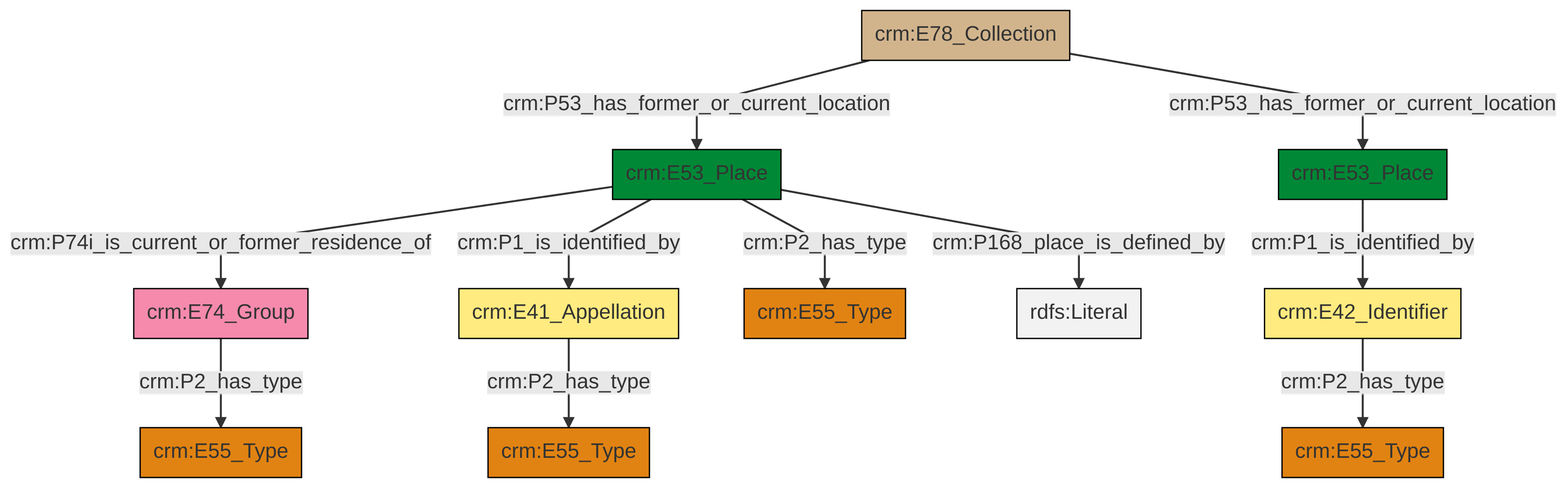
Earlier version of the Mermaid export et/archivalCSV/ttl/mmd/png/archival_location.png (swiss-art-research-net/docs.swissartresearch). Its source is kept beside it as et/archivalCSV/ttl/mmd/archival_location.ttl.mmd. The source it was exported from:
```mermaid
graph TD
classDef Literal fill:#f2f2f2,stroke:#000000;
classDef CRM_Entity fill:#FFFFFF,stroke:#000000;
classDef Temporal_Entity fill:#00C9E6, stroke:#000000;
classDef Type fill:#E18312, stroke:#000000;
classDef Time-Span fill:#2C9C91, stroke:#000000;
classDef Appellation fill:#FFEB7F, stroke:#000000;
classDef Place fill:#008836, stroke:#000000;
classDef Persistent_Item fill:#B266B2, stroke:#000000;
classDef Conceptual_Object fill:#FFD700, stroke:#000000;
classDef Physical_Thing fill:#D2B48C, stroke:#000000;
classDef Actor fill:#f58aad, stroke:#000000;
classDef PC_Classes fill:#4ce600, stroke:#000000;
classDef Multi fill:#cccccc,stroke:#000000;

0["crm:E53_Place"]:::Place -->|crm:P74i_is_current_or_former_residence_of| 2["crm:E74_Group"]:::Actor
0["crm:E53_Place"]:::Place -->|crm:P1_is_identified_by| 3["crm:E41_Appellation"]:::Appellation
6["crm:E42_Identifier"]:::Appellation -->|crm:P2_has_type| 7["crm:E55_Type"]:::Type
0["crm:E53_Place"]:::Place -->|crm:P2_has_type| 8["crm:E55_Type"]:::Type
3["crm:E41_Appellation"]:::Appellation -->|crm:P2_has_type| 11["crm:E55_Type"]:::Type
2["crm:E74_Group"]:::Actor -->|crm:P2_has_type| 4["crm:E55_Type"]:::Type
17["crm:E78_Collection"]:::Physical_Thing -->|crm:P53_has_former_or_current_location| 0["crm:E53_Place"]:::Place
17["crm:E78_Collection"]:::Physical_Thing -->|crm:P53_has_former_or_current_location| 19["crm:E53_Place"]:::Place
0["crm:E53_Place"]:::Place -->|crm:P168_place_is_defined_by| 21[rdfs:Literal]:::Literal
19["crm:E53_Place"]:::Place -->|crm:P1_is_identified_by| 6["crm:E42_Identifier"]:::Appellation
```
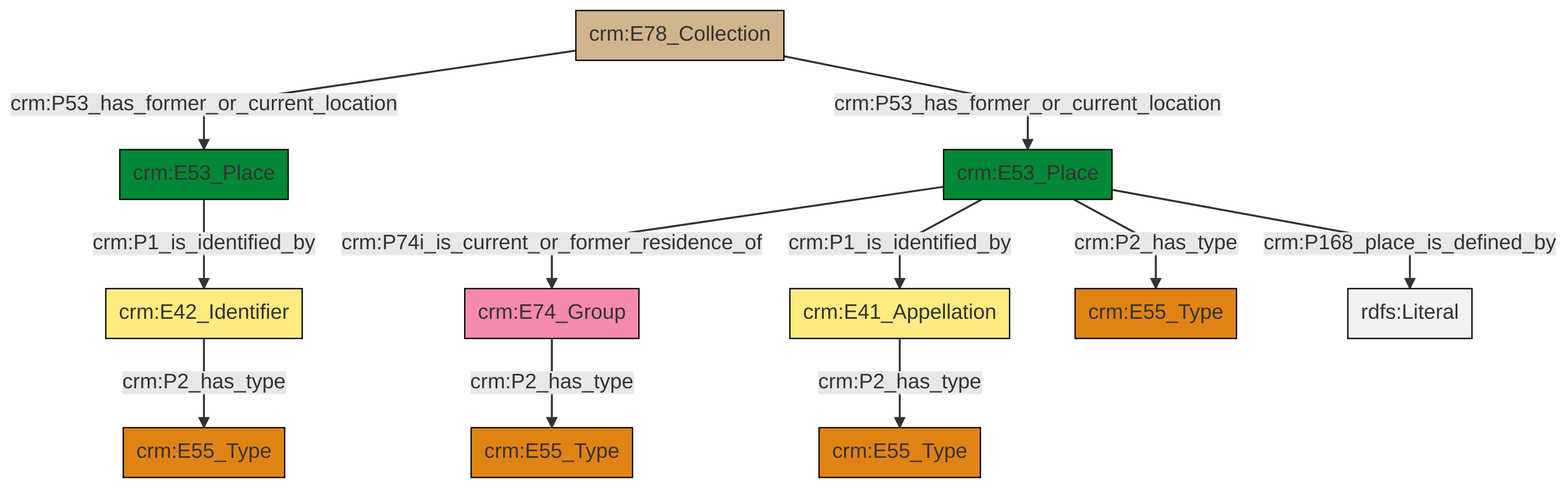
The same file after the commit.

Change to the diagram source:
```diff
@@ -13,13 +13,13 @@
 classDef PC_Classes fill:#4ce600, stroke:#000000;
 classDef Multi fill:#cccccc,stroke:#000000;
 
-0["crm:E53_Place"]:::Place -->|crm:P74i_is_current_or_former_residence_of| 2["crm:E74_Group"]:::Actor
-0["crm:E53_Place"]:::Place -->|crm:P1_is_identified_by| 3["crm:E41_Appellation"]:::Appellation
-6["crm:E42_Identifier"]:::Appellation -->|crm:P2_has_type| 7["crm:E55_Type"]:::Type
-0["crm:E53_Place"]:::Place -->|crm:P2_has_type| 8["crm:E55_Type"]:::Type
-3["crm:E41_Appellation"]:::Appellation -->|crm:P2_has_type| 11["crm:E55_Type"]:::Type
-2["crm:E74_Group"]:::Actor -->|crm:P2_has_type| 4["crm:E55_Type"]:::Type
-17["crm:E78_Collection"]:::Physical_Thing -->|crm:P53_has_former_or_current_location| 0["crm:E53_Place"]:::Place
-17["crm:E78_Collection"]:::Physical_Thing -->|crm:P53_has_former_or_current_location| 19["crm:E53_Place"]:::Place
-0["crm:E53_Place"]:::Place -->|crm:P168_place_is_defined_by| 21[rdfs:Literal]:::Literal
-19["crm:E53_Place"]:::Place -->|crm:P1_is_identified_by| 6["crm:E42_Identifier"]:::Appellation
+4["crm:E53_Place"]:::Place -->|crm:P74i_is_current_or_former_residence_of| 5["crm:E74_Group"]:::Actor
+8["crm:E41_Appellation"]:::Appellation -->|crm:P2_has_type| 9["crm:E55_Type"]:::Type
+10["crm:E78_Collection"]:::Physical_Thing -->|crm:P53_has_former_or_current_location| 0["crm:E53_Place"]:::Place
+4["crm:E53_Place"]:::Place -->|crm:P1_is_identified_by| 8["crm:E41_Appellation"]:::Appellation
+4["crm:E53_Place"]:::Place -->|crm:P2_has_type| 2["crm:E55_Type"]:::Type
+4["crm:E53_Place"]:::Place -->|crm:P168_place_is_defined_by| 18[rdfs:Literal]:::Literal
+6["crm:E42_Identifier"]:::Appellation -->|crm:P2_has_type| 14["crm:E55_Type"]:::Type
+0["crm:E53_Place"]:::Place -->|crm:P1_is_identified_by| 6["crm:E42_Identifier"]:::Appellation
+5["crm:E74_Group"]:::Actor -->|crm:P2_has_type| 12["crm:E55_Type"]:::Type
+10["crm:E78_Collection"]:::Physical_Thing -->|crm:P53_has_former_or_current_location| 4["crm:E53_Place"]:::Place
```
